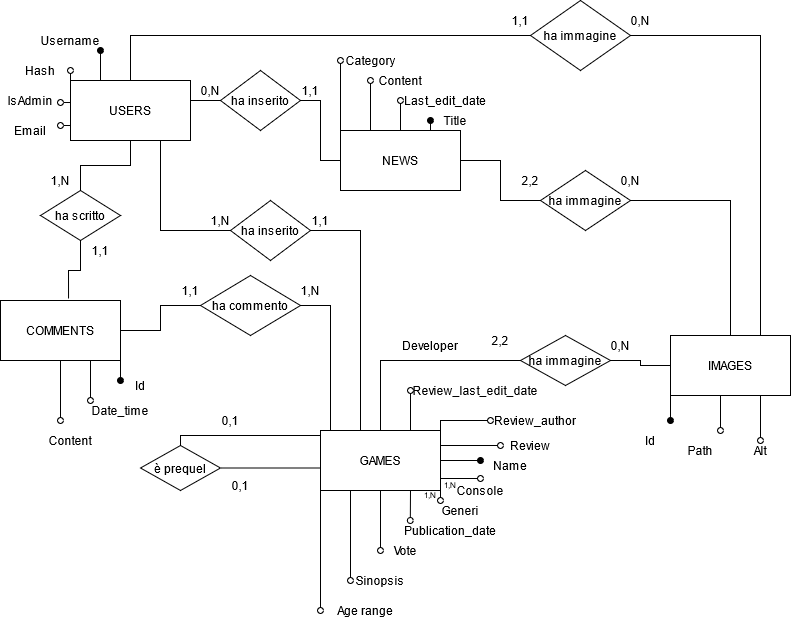
TecWeb2021/TecWeb keeps this draw.io diagram as Relazione/img/diagramma_er_ristrutturato.png. Above is the earlier version. Source tidied: cells renumbered, new cells last; positions are measured from the earlier drawing's top-left corner, leaving out a move shared by most shapes.
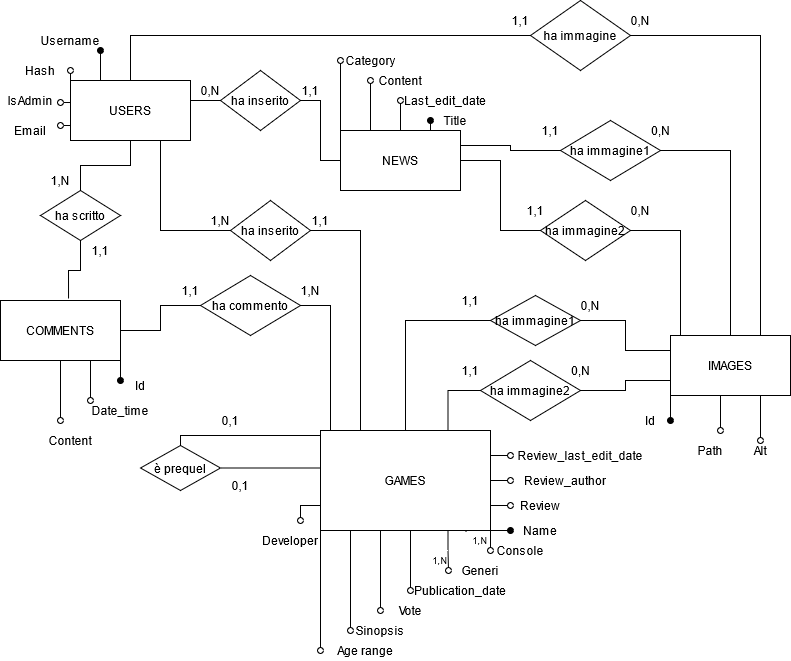
Above is the later version.

Change to the diagram source:
```diff
@@ -2,22 +2,18 @@
   <root>
     <mxCell id="0" />
     <mxCell id="1" parent="0" />
-    <mxCell id="2" style="edgeStyle=orthogonalEdgeStyle;rounded=0;jettySize=auto;html=1;exitX=1;exitY=0.75;exitDx=0;exitDy=0;endArrow=oval;endFill=0;strokeColor=#000000;" parent="1" edge="1" source="12">
-      <mxGeometry relative="1" as="geometry">
-        <mxPoint x="480" y="478" as="targetPoint" />
-        <Array as="points">
-          <mxPoint x="440" y="478" />
-        </Array>
-      </mxGeometry>
-    </mxCell>
     <mxCell id="3" style="edgeStyle=orthogonalEdgeStyle;rounded=0;jettySize=auto;html=1;exitX=0.5;exitY=1;exitDx=0;exitDy=0;endArrow=oval;endFill=0;strokeColor=#000000;" parent="1" edge="1" source="12">
       <mxGeometry relative="1" as="geometry">
-        <mxPoint x="380" y="550" as="targetPoint" />
+        <mxPoint x="380" y="610" as="targetPoint" />
+        <Array as="points">
+          <mxPoint x="380" y="520" />
+          <mxPoint x="380" y="520" />
+        </Array>
       </mxGeometry>
     </mxCell>
     <mxCell id="4" style="edgeStyle=orthogonalEdgeStyle;rounded=0;jettySize=auto;html=1;exitX=0.25;exitY=1;exitDx=0;exitDy=0;endArrow=oval;endFill=0;strokeColor=#000000;" parent="1" edge="1" source="12">
       <mxGeometry relative="1" as="geometry">
-        <mxPoint x="350" y="580" as="targetPoint" />
+        <mxPoint x="350" y="630" as="targetPoint" />
         <Array as="points">
           <mxPoint x="350" y="510" />
           <mxPoint x="350" y="510" />
@@ -26,46 +22,60 @@
     </mxCell>
     <mxCell id="5" style="edgeStyle=orthogonalEdgeStyle;rounded=0;jettySize=auto;html=1;exitX=0;exitY=1;exitDx=0;exitDy=0;endArrow=oval;endFill=0;strokeColor=#000000;" parent="1" edge="1" source="12">
       <mxGeometry relative="1" as="geometry">
-        <mxPoint x="320" y="610" as="targetPoint" />
+        <mxPoint x="320" y="650" as="targetPoint" />
       </mxGeometry>
     </mxCell>
-    <mxCell id="6" style="edgeStyle=orthogonalEdgeStyle;rounded=0;jettySize=auto;html=1;exitX=1;exitY=0.25;exitDx=0;exitDy=0;endArrow=oval;endFill=0;strokeColor=#000000;" parent="1" edge="1" source="12">
-      <mxGeometry relative="1" as="geometry">
-        <mxPoint x="500" y="445" as="targetPoint" />
-      </mxGeometry>
-    </mxCell>
-    <mxCell id="7" style="edgeStyle=orthogonalEdgeStyle;rounded=0;jettySize=auto;html=1;exitX=1;exitY=1;exitDx=0;exitDy=0;endArrow=oval;endFill=0;strokeColor=#000000;" parent="1" edge="1" source="12">
-      <mxGeometry relative="1" as="geometry">
-        <mxPoint x="440" y="500" as="targetPoint" />
-      </mxGeometry>
-    </mxCell>
-    <mxCell id="8" style="edgeStyle=orthogonalEdgeStyle;rounded=0;jettySize=auto;html=1;exitX=0.75;exitY=1;exitDx=0;exitDy=0;endArrow=oval;endFill=0;strokeColor=#000000;" parent="1" edge="1" source="12">
+    <mxCell id="8" style="edgeStyle=orthogonalEdgeStyle;rounded=0;jettySize=auto;html=1;exitX=0.6;exitY=1;exitDx=0;exitDy=0;endArrow=oval;endFill=0;strokeColor=#000000;exitPerimeter=0;" parent="1" edge="1" source="12">
       <mxGeometry relative="1" as="geometry">
-        <mxPoint x="409.8" y="520" as="targetPoint" />
+        <mxPoint x="410" y="590" as="targetPoint" />
+        <Array as="points">
+          <mxPoint x="410" y="530" />
+        </Array>
       </mxGeometry>
     </mxCell>
-    <mxCell id="9" style="edgeStyle=orthogonalEdgeStyle;rounded=0;jettySize=auto;html=1;exitX=1;exitY=0.5;exitDx=0;exitDy=0;endArrow=oval;endFill=1;strokeColor=#000000;" parent="1" edge="1" source="12">
-      <mxGeometry relative="1" as="geometry">
-        <mxPoint x="480" y="460" as="targetPoint" />
-      </mxGeometry>
-    </mxCell>
-    <mxCell id="10" style="edgeStyle=orthogonalEdgeStyle;rounded=0;jettySize=auto;html=1;exitX=1;exitY=0;exitDx=0;exitDy=0;startArrow=none;startFill=0;endArrow=oval;endFill=0;strokeColor=#000000;" parent="1" edge="1" source="12" target="98">
-      <mxGeometry relative="1" as="geometry">
-        <Array as="points">
-          <mxPoint x="440" y="420" />
-        </Array>
-      </mxGeometry>
-    </mxCell>
-    <mxCell id="11" style="edgeStyle=orthogonalEdgeStyle;rounded=0;jettySize=auto;html=1;exitX=0.75;exitY=0;exitDx=0;exitDy=0;startArrow=none;startFill=0;endArrow=oval;endFill=0;strokeColor=#000000;" parent="1" edge="1" source="12">
-      <mxGeometry relative="1" as="geometry">
-        <mxPoint x="410" y="390" as="targetPoint" />
-        <Array as="points">
-          <mxPoint x="410" y="390" />
-        </Array>
-      </mxGeometry>
-    </mxCell>
+    <mxCell id="100" style="edgeStyle=orthogonalEdgeStyle;rounded=0;jettySize=auto;html=1;exitX=0;exitY=0.75;exitDx=0;exitDy=0;endArrow=oval;endFill=0;" parent="1" edge="1" source="12">
+      <mxGeometry relative="1" as="geometry">
+        <mxPoint x="300" y="520" as="targetPoint" />
+      </mxGeometry>
+    </mxCell>
+    <mxCell id="101" style="edgeStyle=orthogonalEdgeStyle;rounded=0;jettySize=auto;html=1;exitX=0.75;exitY=1;exitDx=0;exitDy=0;endArrow=oval;endFill=0;" parent="1" edge="1" source="12">
+      <mxGeometry relative="1" as="geometry">
+        <mxPoint x="448" y="570" as="targetPoint" />
+      </mxGeometry>
+    </mxCell>
+    <mxCell id="102" style="edgeStyle=orthogonalEdgeStyle;rounded=0;jettySize=auto;html=1;exitX=1;exitY=1;exitDx=0;exitDy=0;endArrow=oval;endFill=0;" parent="1" edge="1" source="12">
+      <mxGeometry relative="1" as="geometry">
+        <mxPoint x="490" y="550" as="targetPoint" />
+        <Array as="points">
+          <mxPoint x="490" y="550" />
+        </Array>
+      </mxGeometry>
+    </mxCell>
+    <mxCell id="103" style="edgeStyle=orthogonalEdgeStyle;rounded=0;jettySize=auto;html=1;exitX=1;exitY=1;exitDx=0;exitDy=0;endArrow=oval;endFill=1;" parent="1" edge="1" source="12">
+      <mxGeometry relative="1" as="geometry">
+        <mxPoint x="510" y="530" as="targetPoint" />
+      </mxGeometry>
+    </mxCell>
+    <mxCell id="104" style="edgeStyle=orthogonalEdgeStyle;rounded=0;jettySize=auto;html=1;exitX=1;exitY=0.75;exitDx=0;exitDy=0;endArrow=oval;endFill=0;" parent="1" edge="1" source="12">
+      <mxGeometry relative="1" as="geometry">
+        <mxPoint x="510" y="505" as="targetPoint" />
+      </mxGeometry>
+    </mxCell>
+    <mxCell id="105" style="edgeStyle=orthogonalEdgeStyle;rounded=0;jettySize=auto;html=1;exitX=1;exitY=0.5;exitDx=0;exitDy=0;endArrow=oval;endFill=0;" parent="1" edge="1" source="12">
+      <mxGeometry relative="1" as="geometry">
+        <mxPoint x="510" y="480" as="targetPoint" />
+      </mxGeometry>
+    </mxCell>
+    <mxCell id="106" style="edgeStyle=orthogonalEdgeStyle;rounded=0;jettySize=auto;html=1;exitX=1;exitY=0.25;exitDx=0;exitDy=0;endArrow=oval;endFill=0;" parent="1" edge="1" source="12">
+      <mxGeometry relative="1" as="geometry">
+        <mxPoint x="510" y="455" as="targetPoint" />
+      </mxGeometry>
+    </mxCell>
+    <mxCell id="107" style="edgeStyle=orthogonalEdgeStyle;rounded=0;jettySize=auto;html=1;exitX=0.75;exitY=0;exitDx=0;exitDy=0;entryX=0;entryY=0.5;entryDx=0;entryDy=0;endArrow=none;endFill=0;" parent="1" edge="1" source="12" target="114">
+      <mxGeometry relative="1" as="geometry" />
+    </mxCell>
     <mxCell id="12" value="&lt;div&gt;GAMES&lt;/div&gt;" style="rounded=0;whiteSpace=wrap;html=1;" parent="1" vertex="1">
-      <mxGeometry x="320" y="430" width="120" height="60" as="geometry" />
+      <mxGeometry x="320" y="430" width="170" height="100" as="geometry" />
     </mxCell>
     <mxCell id="13" style="edgeStyle=orthogonalEdgeStyle;rounded=0;jettySize=auto;html=1;exitX=0;exitY=0.5;exitDx=0;exitDy=0;entryX=1;entryY=0.5;entryDx=0;entryDy=0;endArrow=none;endFill=0;strokeColor=#000000;" parent="1" edge="1" source="18" target="49">
       <mxGeometry relative="1" as="geometry" />
@@ -141,7 +151,13 @@
       <mxGeometry y="300" width="120" height="60" as="geometry" />
     </mxCell>
     <mxCell id="30" style="edgeStyle=orthogonalEdgeStyle;rounded=0;jettySize=auto;html=1;exitX=0;exitY=0.5;exitDx=0;exitDy=0;entryX=1;entryY=0.5;entryDx=0;entryDy=0;endArrow=none;endFill=0;strokeColor=#000000;" parent="1" edge="1" source="34" target="39">
-      <mxGeometry relative="1" as="geometry" />
+      <mxGeometry relative="1" as="geometry">
+        <Array as="points">
+          <mxPoint x="670" y="350" />
+          <mxPoint x="625" y="350" />
+          <mxPoint x="625" y="320" />
+        </Array>
+      </mxGeometry>
     </mxCell>
     <mxCell id="31" style="edgeStyle=orthogonalEdgeStyle;rounded=0;orthogonalLoop=1;jettySize=auto;html=1;endArrow=oval;endFill=0;strokeColor=#000000;" parent="1" edge="1">
       <mxGeometry relative="1" as="geometry">
@@ -161,19 +177,28 @@
       <mxGeometry x="670" y="335" width="120" height="60" as="geometry" />
     </mxCell>
     <mxCell id="35" style="edgeStyle=orthogonalEdgeStyle;jettySize=auto;html=1;exitX=1;exitY=0.5;exitDx=0;exitDy=0;entryX=0.5;entryY=0;entryDx=0;entryDy=0;rounded=0;endArrow=none;endFill=0;" parent="1" edge="1" source="37" target="34">
-      <mxGeometry relative="1" as="geometry" />
+      <mxGeometry relative="1" as="geometry">
+        <Array as="points">
+          <mxPoint x="680" y="230" />
+          <mxPoint x="680" y="335" />
+        </Array>
+      </mxGeometry>
     </mxCell>
     <mxCell id="36" style="edgeStyle=orthogonalEdgeStyle;rounded=0;jettySize=auto;html=1;exitX=0;exitY=0.5;exitDx=0;exitDy=0;entryX=1;entryY=0.5;entryDx=0;entryDy=0;endArrow=none;endFill=0;strokeColor=#000000;" parent="1" edge="1" source="37" target="18">
       <mxGeometry relative="1" as="geometry" />
     </mxCell>
-    <mxCell id="37" value="&lt;div&gt;ha immagine&lt;/div&gt;" style="rhombus;whiteSpace=wrap;html=1;" parent="1" vertex="1">
-      <mxGeometry x="540" y="170" width="90" height="60" as="geometry" />
+    <mxCell id="37" value="&lt;div&gt;ha immagine2&lt;/div&gt;" style="rhombus;whiteSpace=wrap;html=1;" parent="1" vertex="1">
+      <mxGeometry x="540" y="200" width="90" height="60" as="geometry" />
     </mxCell>
     <mxCell id="38" style="edgeStyle=orthogonalEdgeStyle;rounded=0;jettySize=auto;html=1;endArrow=none;endFill=0;strokeColor=#000000;" parent="1" edge="1" source="39" target="12">
-      <mxGeometry relative="1" as="geometry" />
+      <mxGeometry relative="1" as="geometry">
+        <Array as="points">
+          <mxPoint x="405" y="320" />
+        </Array>
+      </mxGeometry>
     </mxCell>
-    <mxCell id="39" value="&lt;div&gt;ha immagine&lt;/div&gt;" style="rhombus;whiteSpace=wrap;html=1;" parent="1" vertex="1">
-      <mxGeometry x="520" y="335" width="90" height="50" as="geometry" />
+    <mxCell id="39" value="ha immagine1" style="rhombus;whiteSpace=wrap;html=1;" parent="1" vertex="1">
+      <mxGeometry x="490" y="295" width="90" height="50" as="geometry" />
     </mxCell>
     <mxCell id="40" style="edgeStyle=orthogonalEdgeStyle;rounded=0;jettySize=auto;html=1;exitX=1;exitY=0.5;exitDx=0;exitDy=0;entryX=0.75;entryY=0;entryDx=0;entryDy=0;endArrow=none;endFill=0;strokeColor=#000000;" parent="1" edge="1" source="42" target="34">
       <mxGeometry relative="1" as="geometry" />
@@ -234,8 +259,8 @@
     <mxCell id="54" value="&lt;div&gt;1,1&lt;/div&gt;" style="text;html=1;strokeColor=none;fillColor=none;align=center;verticalAlign=middle;whiteSpace=wrap;rounded=0;" parent="1" vertex="1">
       <mxGeometry x="290" y="80" width="40" height="20" as="geometry" />
     </mxCell>
-    <mxCell id="55" value="&lt;div&gt;2,2&lt;/div&gt;" style="text;html=1;strokeColor=none;fillColor=none;align=center;verticalAlign=middle;whiteSpace=wrap;rounded=0;" parent="1" vertex="1">
-      <mxGeometry x="510" y="170" width="40" height="20" as="geometry" />
+    <mxCell id="55" value="&lt;div&gt;1,1&lt;/div&gt;" style="text;html=1;strokeColor=none;fillColor=none;align=center;verticalAlign=middle;whiteSpace=wrap;rounded=0;" parent="1" vertex="1">
+      <mxGeometry x="515" y="200" width="40" height="20" as="geometry" />
     </mxCell>
     <mxCell id="56" value="&lt;div&gt;1,1&lt;/div&gt;" style="text;html=1;strokeColor=none;fillColor=none;align=center;verticalAlign=middle;whiteSpace=wrap;rounded=0;" parent="1" vertex="1">
       <mxGeometry x="500" y="10" width="40" height="20" as="geometry" />
@@ -259,13 +284,13 @@
       <mxGeometry x="200" y="210" width="40" height="20" as="geometry" />
     </mxCell>
     <mxCell id="63" value="0,N" style="text;html=1;strokeColor=none;fillColor=none;align=center;verticalAlign=middle;whiteSpace=wrap;rounded=0;" parent="1" vertex="1">
-      <mxGeometry x="610" y="170" width="40" height="20" as="geometry" />
+      <mxGeometry x="620" y="200" width="40" height="20" as="geometry" />
     </mxCell>
     <mxCell id="64" value="0,N" style="text;html=1;strokeColor=none;fillColor=none;align=center;verticalAlign=middle;whiteSpace=wrap;rounded=0;" parent="1" vertex="1">
       <mxGeometry x="620" y="10" width="40" height="20" as="geometry" />
     </mxCell>
-    <mxCell id="65" value="&lt;div&gt;2,2&lt;/div&gt;" style="text;html=1;strokeColor=none;fillColor=none;align=center;verticalAlign=middle;whiteSpace=wrap;rounded=0;" parent="1" vertex="1">
-      <mxGeometry x="480" y="330" width="40" height="20" as="geometry" />
+    <mxCell id="65" value="1,1" style="text;html=1;strokeColor=none;fillColor=none;align=center;verticalAlign=middle;whiteSpace=wrap;rounded=0;" parent="1" vertex="1">
+      <mxGeometry x="450" y="290" width="40" height="20" as="geometry" />
     </mxCell>
     <mxCell id="66" value="&lt;div&gt;Username&lt;/div&gt;" style="text;html=1;strokeColor=none;fillColor=none;align=center;verticalAlign=middle;whiteSpace=wrap;rounded=0;" parent="1" vertex="1">
       <mxGeometry x="50" y="30" width="40" height="20" as="geometry" />
@@ -289,31 +314,31 @@
       <mxGeometry x="50" y="430" width="40" height="20" as="geometry" />
     </mxCell>
     <mxCell id="73" value="Name" style="text;html=1;strokeColor=none;fillColor=none;align=center;verticalAlign=middle;whiteSpace=wrap;rounded=0;" parent="1" vertex="1">
-      <mxGeometry x="490" y="455" width="40" height="20" as="geometry" />
+      <mxGeometry x="520" y="520" width="40" height="20" as="geometry" />
     </mxCell>
     <mxCell id="74" value="Publication_date" style="text;html=1;strokeColor=none;fillColor=none;align=center;verticalAlign=middle;whiteSpace=wrap;rounded=0;" parent="1" vertex="1">
-      <mxGeometry x="430" y="520" width="40" height="20" as="geometry" />
+      <mxGeometry x="440" y="580" width="40" height="20" as="geometry" />
     </mxCell>
     <mxCell id="75" value="Vote" style="text;html=1;strokeColor=none;fillColor=none;align=center;verticalAlign=middle;whiteSpace=wrap;rounded=0;" parent="1" vertex="1">
-      <mxGeometry x="385" y="540" width="40" height="20" as="geometry" />
+      <mxGeometry x="390" y="600" width="40" height="20" as="geometry" />
     </mxCell>
     <mxCell id="76" value="Sinopsis" style="text;html=1;strokeColor=none;fillColor=none;align=center;verticalAlign=middle;whiteSpace=wrap;rounded=0;" parent="1" vertex="1">
-      <mxGeometry x="360" y="570" width="40" height="20" as="geometry" />
+      <mxGeometry x="360" y="620" width="40" height="20" as="geometry" />
     </mxCell>
     <mxCell id="77" value="Age range" style="text;html=1;strokeColor=none;fillColor=none;align=center;verticalAlign=middle;whiteSpace=wrap;rounded=0;" parent="1" vertex="1">
-      <mxGeometry x="330" y="600" width="70" height="20" as="geometry" />
+      <mxGeometry x="330" y="640" width="70" height="20" as="geometry" />
     </mxCell>
     <mxCell id="78" value="Developer" style="text;html=1;strokeColor=none;fillColor=none;align=center;verticalAlign=middle;whiteSpace=wrap;rounded=0;" parent="1" vertex="1">
-      <mxGeometry x="410" y="335" width="40" height="20" as="geometry" />
+      <mxGeometry x="270" y="530" width="40" height="20" as="geometry" />
     </mxCell>
     <mxCell id="79" value="Review" style="text;html=1;strokeColor=none;fillColor=none;align=center;verticalAlign=middle;whiteSpace=wrap;rounded=0;" parent="1" vertex="1">
-      <mxGeometry x="510" y="435" width="40" height="20" as="geometry" />
+      <mxGeometry x="520" y="495" width="40" height="20" as="geometry" />
     </mxCell>
     <mxCell id="80" value="&lt;div&gt;Alt&lt;/div&gt;" style="text;html=1;strokeColor=none;fillColor=none;align=center;verticalAlign=middle;whiteSpace=wrap;rounded=0;" parent="1" vertex="1">
       <mxGeometry x="740" y="440" width="40" height="20" as="geometry" />
     </mxCell>
     <mxCell id="81" value="Path" style="text;html=1;strokeColor=none;fillColor=none;align=center;verticalAlign=middle;whiteSpace=wrap;rounded=0;" parent="1" vertex="1">
-      <mxGeometry x="680" y="440" width="40" height="20" as="geometry" />
+      <mxGeometry x="690" y="440" width="40" height="20" as="geometry" />
     </mxCell>
     <mxCell id="82" style="edgeStyle=orthogonalEdgeStyle;rounded=0;jettySize=auto;html=1;exitX=0.5;exitY=0;exitDx=0;exitDy=0;entryX=0;entryY=0.25;entryDx=0;entryDy=0;endArrow=none;endFill=0;strokeColor=#000000;" parent="1" edge="1" source="84" target="12">
       <mxGeometry relative="1" as="geometry">
@@ -343,17 +368,11 @@
       <mxGeometry relative="1" as="geometry" />
     </mxCell>
     <mxCell id="88" value="Console" style="text;html=1;strokeColor=none;fillColor=none;align=center;verticalAlign=middle;whiteSpace=wrap;rounded=0;" parent="1" vertex="1">
-      <mxGeometry x="460" y="480" width="40" height="20" as="geometry" />
+      <mxGeometry x="500" y="540" width="40" height="20" as="geometry" />
     </mxCell>
     <mxCell id="89" value="Generi" style="text;html=1;strokeColor=none;fillColor=none;align=center;verticalAlign=middle;whiteSpace=wrap;rounded=0;" parent="1" vertex="1">
-      <mxGeometry x="440" y="500" width="40" height="20" as="geometry" />
+      <mxGeometry x="460" y="560" width="40" height="20" as="geometry" />
     </mxCell>
-    <mxCell id="90" value="1,N" style="text;html=1;strokeColor=none;fillColor=none;align=center;verticalAlign=middle;whiteSpace=wrap;rounded=0;fontSize=8;" parent="1" vertex="1">
-      <mxGeometry x="435" y="480" width="30" height="10" as="geometry" />
-    </mxCell>
-    <mxCell id="91" value="1,N" style="text;html=1;strokeColor=none;fillColor=none;align=center;verticalAlign=middle;whiteSpace=wrap;rounded=0;fontSize=8;" parent="1" vertex="1">
-      <mxGeometry x="420" y="490" width="20" height="10" as="geometry" />
-    </mxCell>
     <mxCell id="92" value="&lt;font style=&quot;font-size: 12px&quot;&gt;Title&lt;/font&gt;" style="text;html=1;strokeColor=none;fillColor=none;align=center;verticalAlign=middle;whiteSpace=wrap;rounded=0;fontSize=8;" parent="1" vertex="1">
       <mxGeometry x="435" y="110" width="40" height="20" as="geometry" />
     </mxCell>
@@ -367,16 +386,49 @@
       <mxGeometry x="350" y="50" width="40" height="20" as="geometry" />
     </mxCell>
     <mxCell id="96" value="Id" style="text;html=1;strokeColor=none;fillColor=none;align=center;verticalAlign=middle;whiteSpace=wrap;rounded=0;" parent="1" vertex="1">
-      <mxGeometry x="630" y="430" width="40" height="20" as="geometry" />
+      <mxGeometry x="630" y="410" width="40" height="20" as="geometry" />
     </mxCell>
     <mxCell id="97" value="&lt;div&gt;0,N&lt;/div&gt;" style="text;html=1;strokeColor=none;fillColor=none;align=center;verticalAlign=middle;whiteSpace=wrap;rounded=0;" parent="1" vertex="1">
-      <mxGeometry x="600" y="335" width="40" height="20" as="geometry" />
+      <mxGeometry x="570" y="295" width="40" height="20" as="geometry" />
     </mxCell>
     <mxCell id="98" value="&lt;div&gt;Review_author&lt;/div&gt;" style="text;html=1;strokeColor=none;fillColor=none;align=center;verticalAlign=middle;whiteSpace=wrap;rounded=0;" parent="1" vertex="1">
-      <mxGeometry x="490" y="410" width="90" height="20" as="geometry" />
+      <mxGeometry x="520" y="470" width="90" height="20" as="geometry" />
     </mxCell>
     <mxCell id="99" value="&lt;div&gt;Review_last_edit_date&lt;/div&gt;" style="text;html=1;strokeColor=none;fillColor=none;align=center;verticalAlign=middle;whiteSpace=wrap;rounded=0;" parent="1" vertex="1">
-      <mxGeometry x="410" y="380" width="130" height="20" as="geometry" />
+      <mxGeometry x="515" y="445" width="130" height="20" as="geometry" />
     </mxCell>
+    <mxCell id="108" style="edgeStyle=orthogonalEdgeStyle;rounded=0;jettySize=auto;html=1;exitX=0;exitY=0.5;exitDx=0;exitDy=0;entryX=1;entryY=0.25;entryDx=0;entryDy=0;endArrow=none;endFill=0;" parent="1" edge="1" source="110" target="18">
+      <mxGeometry relative="1" as="geometry" />
+    </mxCell>
+    <mxCell id="109" style="edgeStyle=orthogonalEdgeStyle;rounded=0;jettySize=auto;html=1;exitX=1;exitY=0.5;exitDx=0;exitDy=0;entryX=0.5;entryY=0;entryDx=0;entryDy=0;endArrow=none;endFill=0;" parent="1" edge="1" source="110" target="34">
+      <mxGeometry relative="1" as="geometry" />
+    </mxCell>
+    <mxCell id="110" value="ha immagine1" style="rhombus;whiteSpace=wrap;html=1;" parent="1" vertex="1">
+      <mxGeometry x="560" y="120" width="100" height="60" as="geometry" />
+    </mxCell>
+    <mxCell id="111" value="&lt;div&gt;1,1&lt;/div&gt;" style="text;html=1;strokeColor=none;fillColor=none;align=center;verticalAlign=middle;whiteSpace=wrap;rounded=0;" parent="1" vertex="1">
+      <mxGeometry x="530" y="120" width="40" height="20" as="geometry" />
+    </mxCell>
+    <mxCell id="112" value="0,N" style="text;html=1;align=center;verticalAlign=middle;strokeColor=none;" parent="1" vertex="1">
+      <mxGeometry x="645" y="120" width="30" height="20" as="geometry" />
+    </mxCell>
+    <mxCell id="113" style="edgeStyle=orthogonalEdgeStyle;rounded=0;jettySize=auto;html=1;exitX=1;exitY=0.5;exitDx=0;exitDy=0;entryX=0;entryY=0.75;entryDx=0;entryDy=0;endArrow=none;endFill=0;" parent="1" edge="1" source="114" target="34">
+      <mxGeometry relative="1" as="geometry" />
+    </mxCell>
+    <mxCell id="114" value="ha immagine2" style="rhombus;whiteSpace=wrap;html=1;" parent="1" vertex="1">
+      <mxGeometry x="480" y="360" width="100" height="60" as="geometry" />
+    </mxCell>
+    <mxCell id="115" value="1,1" style="text;html=1;strokeColor=none;fillColor=none;align=center;verticalAlign=middle;whiteSpace=wrap;rounded=0;" parent="1" vertex="1">
+      <mxGeometry x="450" y="360" width="40" height="20" as="geometry" />
+    </mxCell>
+    <mxCell id="116" value="0,N" style="text;html=1;align=center;verticalAlign=middle;strokeColor=none;" parent="1" vertex="1">
+      <mxGeometry x="565" y="360" width="30" height="20" as="geometry" />
+    </mxCell>
+    <mxCell id="117" value="1,N" style="text;html=1;strokeColor=none;fillColor=none;align=center;verticalAlign=middle;whiteSpace=wrap;rounded=0;fontSize=9;" parent="1" vertex="1">
+      <mxGeometry x="420" y="550" width="40" height="20" as="geometry" />
+    </mxCell>
+    <mxCell id="118" value="1,N" style="text;html=1;strokeColor=none;fillColor=none;align=center;verticalAlign=middle;whiteSpace=wrap;rounded=0;fontSize=9;" parent="1" vertex="1">
+      <mxGeometry x="460" y="530" width="40" height="20" as="geometry" />
+    </mxCell>
   </root>
 </mxGraphModel>
```
